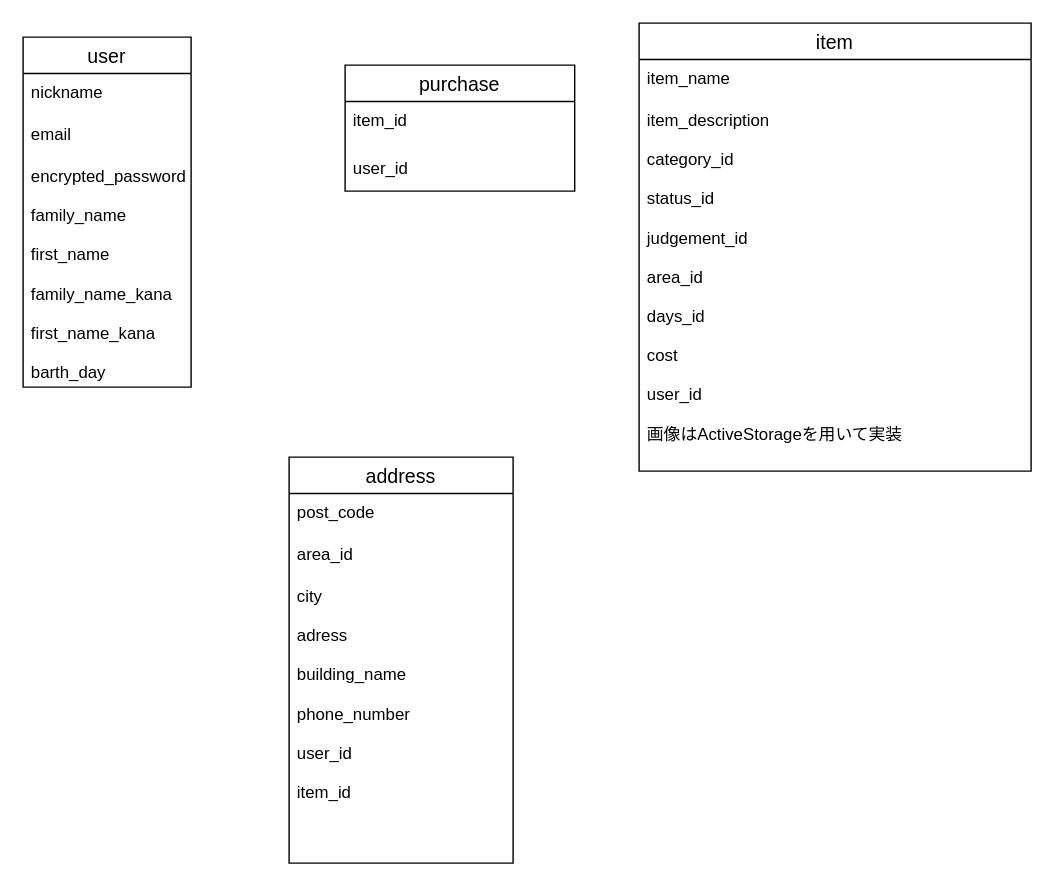
This is test.dio from syunsuke-png/furima-35271, a draw.io file, before an edit. Source tidied: cells renumbered, new cells numbered last; positions are measured from the earlier drawing's top-left corner, leaving out a move shared by most shapes. Both pictures are drawn from the tidied source at 140%, with x=0, y=0 at pixel (22, 22).
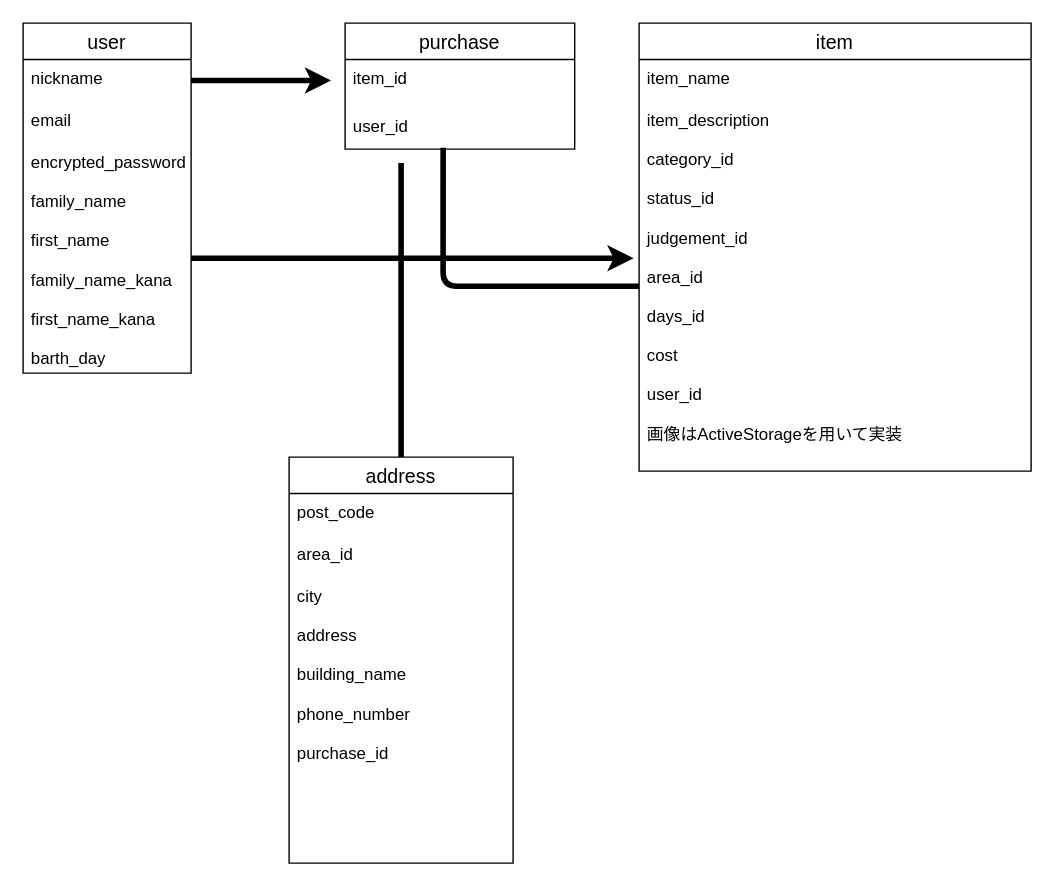
The same page after the edit.

The change refers to these unchanged cells:
```xml
<mxCell id="3" value="nickname" style="text;strokeColor=none;fillColor=none;spacingLeft=4;spacingRight=4;overflow=hidden;points=[[0,0.5],[1,0.5]];portConstraint=eastwest;fontSize=12;" parent="2" vertex="1">
  <mxGeometry y="26" width="120" height="30" as="geometry" />
</mxCell>
<mxCell id="5" value="encrypted_password&#10;&#10;family_name&#10;&#10;first_name&#10;&#10;family_name_kana&#10;&#10;first_name_kana&#10;&#10;barth_day&#10;" style="text;strokeColor=none;fillColor=none;spacingLeft=4;spacingRight=4;overflow=hidden;points=[[0,0.5],[1,0.5]];portConstraint=eastwest;fontSize=12;" parent="2" vertex="1">
  <mxGeometry y="86" width="120" height="164" as="geometry" />
</mxCell>
<mxCell id="8" value="item_description&#10;&#10;category_id&#10;&#10;status_id&#10;&#10;judgement_id&#10;&#10;area_id&#10;&#10;days_id&#10;&#10;cost&#10;&#10;user_id&#10;&#10;画像はActiveStorageを用いて実装&#10;&#10;" style="text;strokeColor=none;fillColor=none;spacingLeft=4;spacingRight=4;overflow=hidden;points=[[0,0.5],[1,0.5]];portConstraint=eastwest;fontSize=12;" parent="6" vertex="1">
  <mxGeometry y="56" width="280" height="264" as="geometry" />
</mxCell>
<mxCell id="9" value="address" style="swimlane;fontStyle=0;horizontal=1;startSize=26;align=center;fontSize=14;" parent="1" vertex="1">
  <mxGeometry x="190" y="310" width="160" height="290" as="geometry" />
</mxCell>
<mxCell id="15" value="user_id" style="text;strokeColor=none;fillColor=none;spacingLeft=4;spacingRight=4;overflow=hidden;points=[[0,0.5],[1,0.5]];portConstraint=eastwest;fontSize=12;" parent="13" vertex="1">
  <mxGeometry y="60" width="164" height="30" as="geometry" />
</mxCell>
```

The edit, as a diff of the source:
```diff
@@
     <mxCell id="2" value="user" style="swimlane;fontStyle=0;horizontal=1;startSize=26;align=center;fontSize=14;" parent="1" vertex="1">
-      <mxGeometry y="10" width="120" height="250" as="geometry" />
+      <mxGeometry width="120" height="250" as="geometry" />
     </mxCell>
@@
+    <mxCell id="16" style="edgeStyle=orthogonalEdgeStyle;rounded=1;jettySize=auto;html=1;exitX=0.5;exitY=0;exitDx=0;exitDy=0;endArrow=none;endFill=0;strokeWidth=4;" parent="1" edge="1" source="9">
+      <mxGeometry relative="1" as="geometry">
+        <mxPoint x="270" y="100" as="targetPoint" />
+      </mxGeometry>
+    </mxCell>
@@
-    <mxCell id="12" value="city&#10;&#10;adress&#10;&#10;building_name&#10;&#10;phone_number&#10;&#10;user_id&#10;&#10;item_id&#10;" style="text;strokeColor=none;fillColor=none;spacingLeft=4;spacingRight=4;overflow=hidden;fontSize=12;" parent="9" vertex="1">
+    <mxCell id="12" value="city&#10;&#10;address&#10;&#10;building_name&#10;&#10;phone_number&#10;&#10;purchase_id&#10;" style="text;strokeColor=none;fillColor=none;spacingLeft=4;spacingRight=4;overflow=hidden;fontSize=12;" parent="9" vertex="1">
       <mxGeometry y="86" width="160" height="204" as="geometry" />
     </mxCell>
     <mxCell id="13" value="purchase" style="swimlane;fontStyle=0;horizontal=1;startSize=26;align=center;fontSize=14;" parent="1" vertex="1">
-      <mxGeometry x="230" y="30" width="164" height="90" as="geometry" />
+      <mxGeometry x="230" width="164" height="90" as="geometry" />
     </mxCell>
@@
+    <mxCell id="17" style="edgeStyle=orthogonalEdgeStyle;rounded=0;jettySize=auto;html=1;exitX=1;exitY=0.5;exitDx=0;exitDy=0;endArrow=classic;endFill=1;strokeWidth=4;" parent="1" edge="1" source="3">
+      <mxGeometry relative="1" as="geometry">
+        <mxPoint x="220" y="41" as="targetPoint" />
+      </mxGeometry>
+    </mxCell>
+    <mxCell id="18" style="edgeStyle=orthogonalEdgeStyle;rounded=1;jettySize=auto;html=1;exitX=1;exitY=0.5;exitDx=0;exitDy=0;entryX=-0.014;entryY=0.424;entryDx=0;entryDy=0;entryPerimeter=0;endArrow=classic;endFill=1;strokeWidth=4;" parent="1" edge="1" source="5" target="8">
+      <mxGeometry relative="1" as="geometry" />
+    </mxCell>
+    <mxCell id="19" style="edgeStyle=orthogonalEdgeStyle;rounded=1;jettySize=auto;html=1;exitX=0;exitY=0.5;exitDx=0;exitDy=0;entryX=0.427;entryY=0.967;entryDx=0;entryDy=0;entryPerimeter=0;endArrow=none;endFill=0;strokeWidth=4;" parent="1" edge="1" source="8" target="15">
+      <mxGeometry relative="1" as="geometry" />
+    </mxCell>
```
